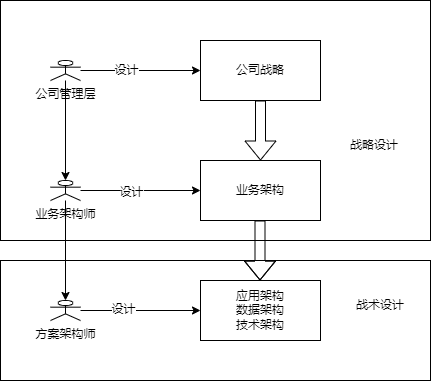
Before: doc/business_architect.png, a diagram exported from draw.io (suibianlx/business_architect). Source tidied: cells renumbered, new cells last; positions are measured from the earlier drawing's top-left corner, leaving out a move shared by most shapes.
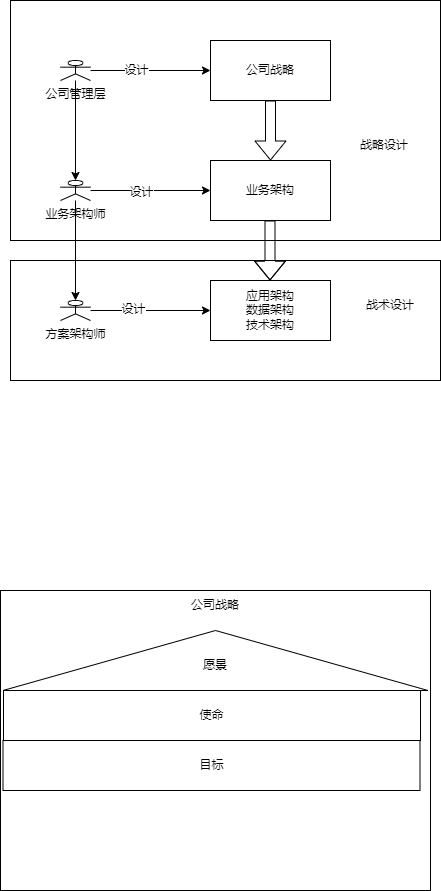
The same file after the commit.

What changed in the source:
```diff
@@ -68,5 +68,23 @@
     <mxCell id="21" value="战术设计" style="text;html=1;strokeColor=none;fillColor=none;align=center;verticalAlign=middle;whiteSpace=wrap;rounded=0;" parent="1" vertex="1">
       <mxGeometry x="350" y="290" width="60" height="30" as="geometry" />
     </mxCell>
+    <mxCell id="22" style="rounded=0;whiteSpace=wrap;html=1;" parent="1" vertex="1">
+      <mxGeometry x="-10" y="590" width="430" height="300" as="geometry" />
+    </mxCell>
+    <mxCell id="23" style="triangle;whiteSpace=wrap;html=1;direction=south;rotation=-180;" parent="1" vertex="1">
+      <mxGeometry x="-7.5" y="630" width="425" height="60" as="geometry" />
+    </mxCell>
+    <mxCell id="24" value="公司战略" style="text;html=1;strokeColor=none;fillColor=none;align=center;verticalAlign=middle;whiteSpace=wrap;rounded=0;" parent="1" vertex="1">
+      <mxGeometry x="175" y="590" width="60" height="30" as="geometry" />
+    </mxCell>
+    <mxCell id="25" value="愿景" style="text;html=1;strokeColor=none;fillColor=none;align=center;verticalAlign=middle;whiteSpace=wrap;rounded=0;" parent="1" vertex="1">
+      <mxGeometry x="175" y="650" width="60" height="30" as="geometry" />
+    </mxCell>
+    <mxCell id="26" value="使命" style="rounded=0;whiteSpace=wrap;html=1;" parent="1" vertex="1">
+      <mxGeometry x="-7" y="690" width="417" height="50" as="geometry" />
+    </mxCell>
+    <mxCell id="27" value="目标" style="rounded=0;whiteSpace=wrap;html=1;" parent="1" vertex="1">
+      <mxGeometry x="-7.5" y="740" width="417" height="50" as="geometry" />
+    </mxCell>
   </root>
 </mxGraphModel>
```
